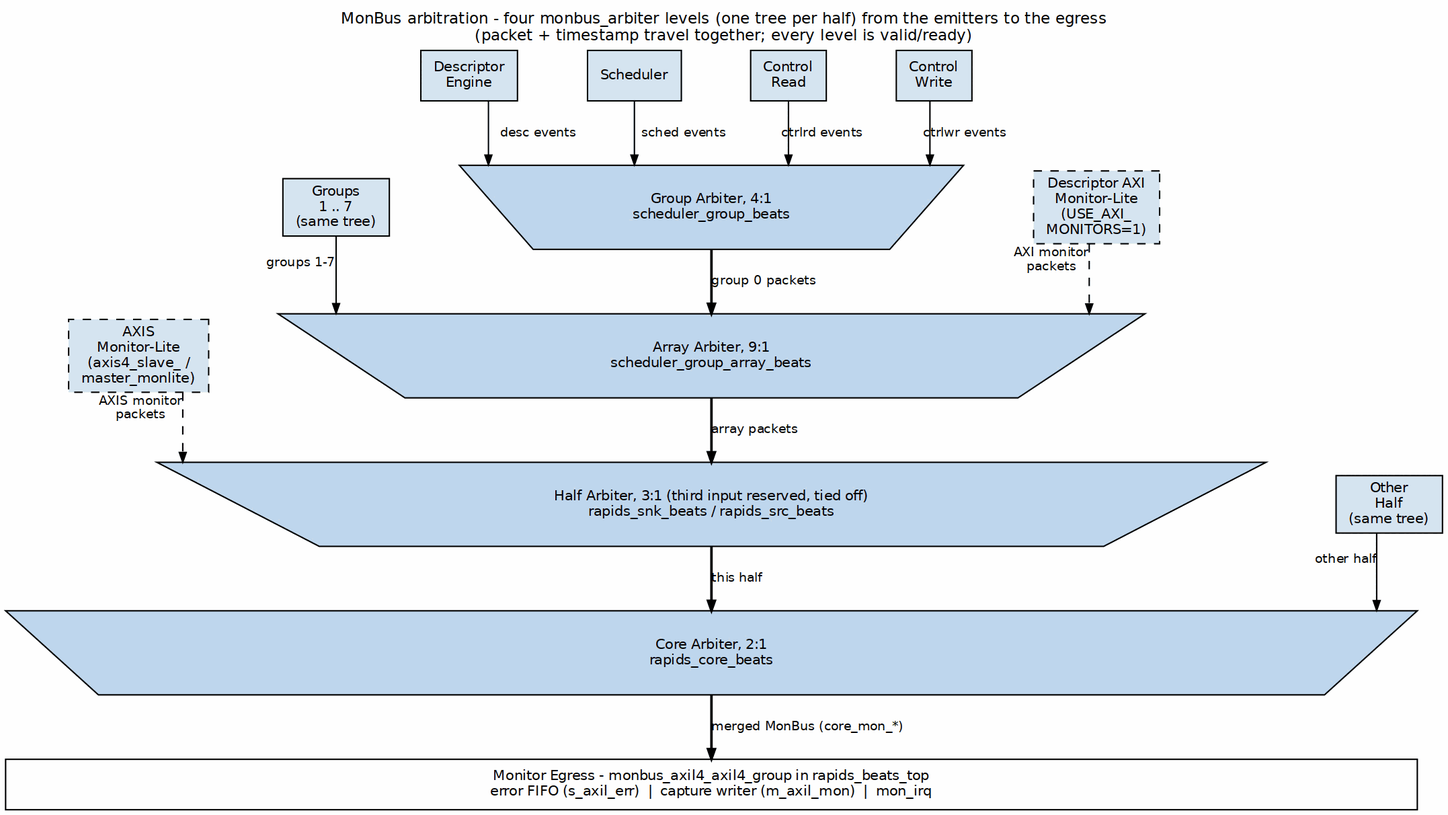
Above: projects/components/dma-ip/rapids/docs/rapids_beats_has/assets/graphviz/ch03_monbus_arbitration.png in sean-galloway/RTLDesignSherpa (Graphviz), before the change. Its source is kept beside it as projects/components/dma-ip/rapids/docs/rapids_beats_has/assets/graphviz/ch03_monbus_arbitration.dot.
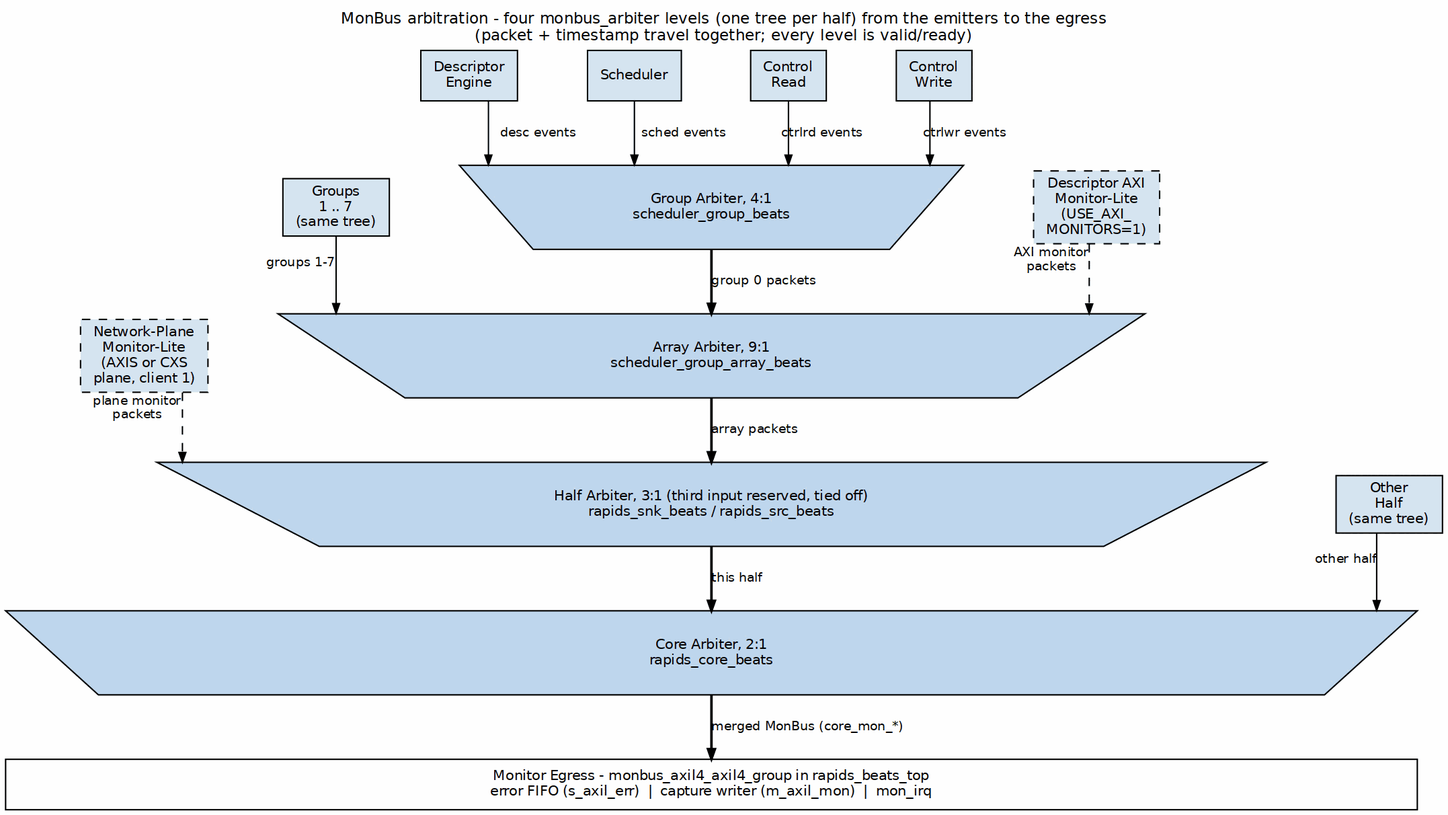
Above is the later version.

The edit, as a diff of the source:
```diff
@@ -17,7 +17,7 @@
     dam [label="Descriptor AXI\nMonitor-Lite\n(USE_AXI_\nMONITORS=1)", style="filled,dashed"];
     t2  [label="Array Arbiter, 9:1\nscheduler_group_array_beats", shape=polygon, sides=4, distortion=0.25, width=8.6, group=C, fillcolor="#BFD7EE"];
 
-    axm [label="AXIS\nMonitor-Lite\n(axis4_slave_ /\nmaster_monlite)", style="filled,dashed"];
+    axm [label="Network-Plane\nMonitor-Lite\n(AXIS or CXS\nplane, client 1)", style="filled,dashed"];
     t3  [label="Half Arbiter, 3:1 (third input reserved, tied off)\nrapids_snk_beats / rapids_src_beats", shape=polygon, sides=4, distortion=0.25, width=11.0, group=C, fillcolor="#BFD7EE"];
 
     oth [label="Other\nHalf\n(same tree)"];
@@ -33,7 +33,7 @@
     g17 -> t2 [xlabel="groups 1-7"];
     dam -> t2 [xlabel="AXI monitor\npackets", style=dashed];
     t2  -> t3 [label="array packets", penwidth=1.8];
-    axm -> t3 [xlabel="AXIS monitor\npackets", style=dashed];
+    axm -> t3 [xlabel="plane monitor\npackets", style=dashed];
     t3  -> t4 [label="this half", penwidth=1.8];
     oth -> t4 [xlabel="other half"];
     t4  -> bar [label="merged MonBus (core_mon_*)", penwidth=1.8];
```
